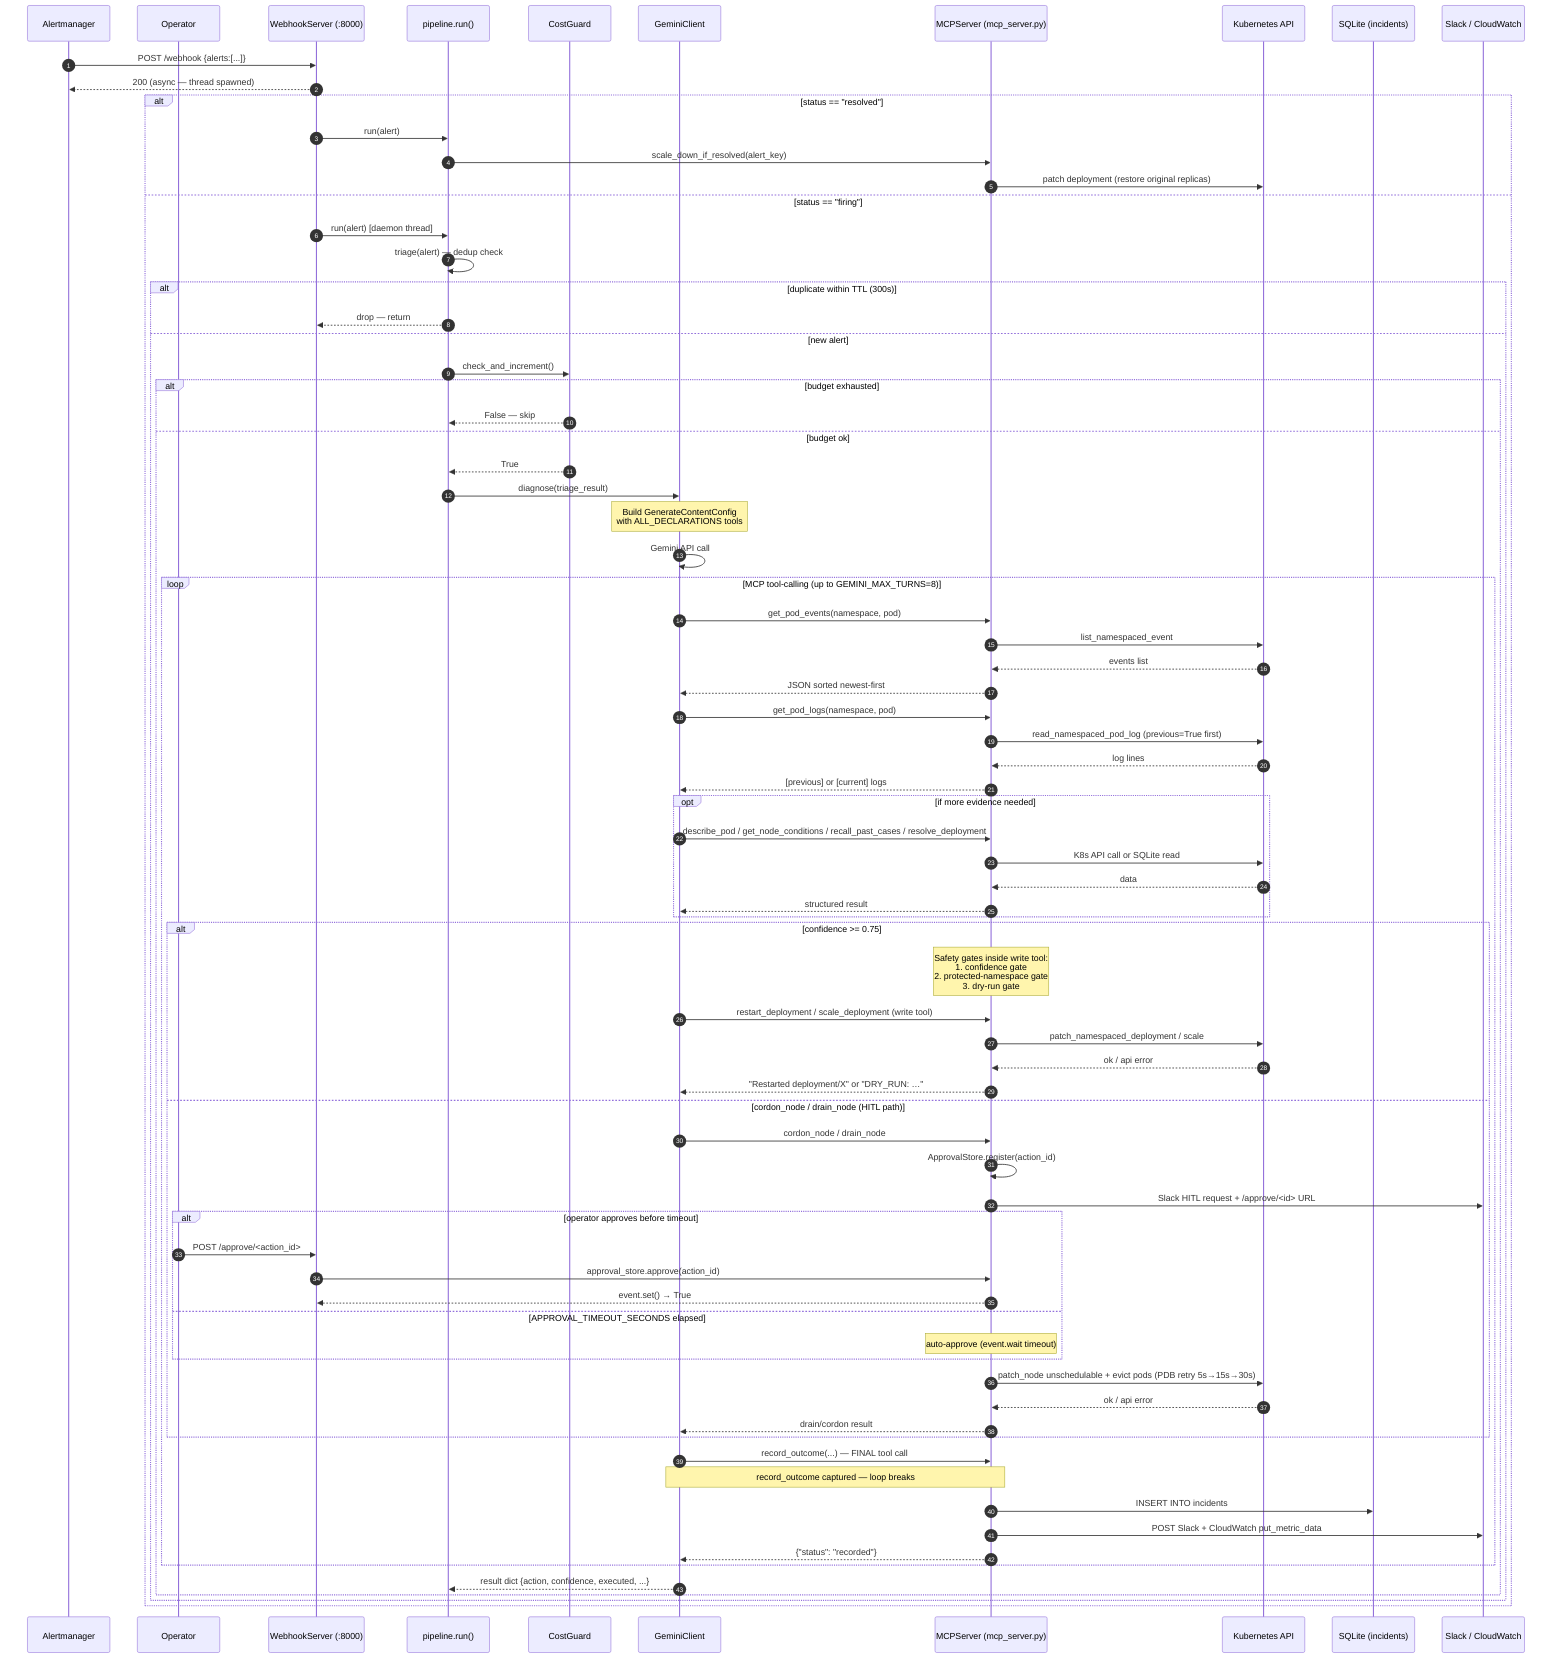
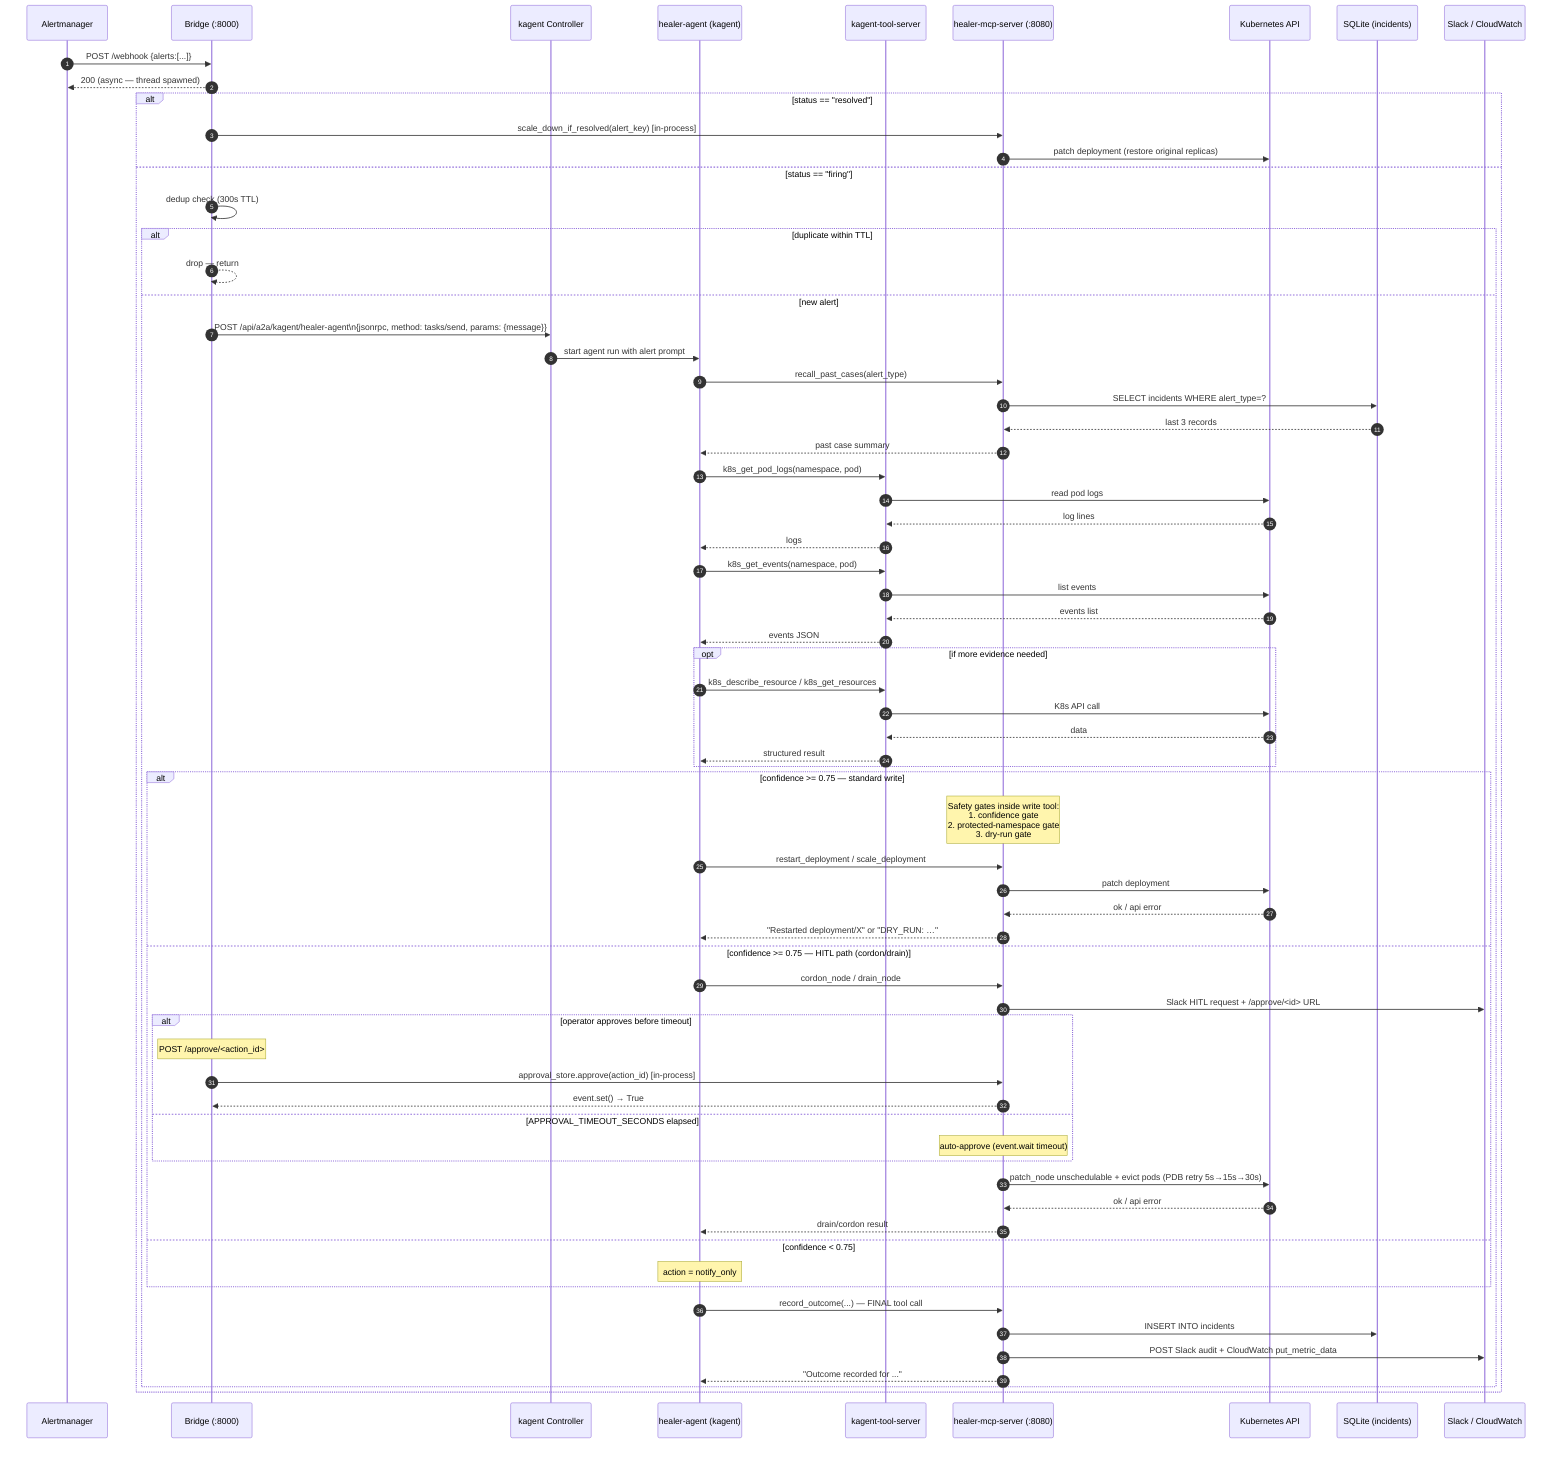
sequenceDiagram
    autonumber
    participant AM as Alertmanager
-     participant OP as Operator
-     participant WH as WebhookServer (:8000)
-     participant PL as pipeline.run()
-     participant CG as CostGuard
-     participant GC as GeminiClient
-     participant MCP as MCPServer (mcp_server.py)
+     participant BR as Bridge (:8000)
+     participant KC as kagent Controller
+     participant AG as healer-agent (kagent)
+     participant KTS as kagent-tool-server
+     participant HMS as healer-mcp-server (:8080)
    participant K as Kubernetes API
    participant DB as SQLite (incidents)
    participant SL as Slack / CloudWatch

-     AM->>WH: POST /webhook {alerts:[...]}
-     WH-->>AM: 200 (async — thread spawned)
+     AM->>BR: POST /webhook {alerts:[...]}
+     BR-->>AM: 200 (async — thread spawned)

    alt status == "resolved"
-         WH->>PL: run(alert)
-         PL->>MCP: scale_down_if_resolved(alert_key)
-         MCP->>K: patch deployment (restore original replicas)
+         BR->>HMS: scale_down_if_resolved(alert_key) [in-process]
+         HMS->>K: patch deployment (restore original replicas)
    else status == "firing"
-         WH->>PL: run(alert) [daemon thread]
-         PL->>PL: triage(alert) — dedup check
-         alt duplicate within TTL (300s)
-             PL-->>WH: drop — return
+         BR->>BR: dedup check (300s TTL)
+         alt duplicate within TTL
+             BR-->>BR: drop — return
        else new alert
-             PL->>CG: check_and_increment()
-             alt budget exhausted
-                 CG-->>PL: False — skip
-             else budget ok
-                 CG-->>PL: True
-                 PL->>GC: diagnose(triage_result)
-                 Note over GC: Build GenerateContentConfig<br/>with ALL_DECLARATIONS tools
-                 GC->>GC: Gemini API call #1
+             BR->>KC: POST /api/a2a/kagent/healer-agent\n{jsonrpc, method: tasks/send, params: {message}}
+             KC->>AG: start agent run with alert prompt

-                 loop MCP tool-calling (up to GEMINI_MAX_TURNS=8)
-                     GC->>MCP: get_pod_events(namespace, pod)
-                     MCP->>K: list_namespaced_event
-                     K-->>MCP: events list
-                     MCP-->>GC: JSON sorted newest-first
+             AG->>HMS: recall_past_cases(alert_type)
+             HMS->>DB: SELECT incidents WHERE alert_type=?
+             DB-->>HMS: last 3 records
+             HMS-->>AG: past case summary

-                     GC->>MCP: get_pod_logs(namespace, pod)
-                     MCP->>K: read_namespaced_pod_log (previous=True first)
-                     K-->>MCP: log lines
-                     MCP-->>GC: [previous] or [current] logs
+             AG->>KTS: k8s_get_pod_logs(namespace, pod)
+             KTS->>K: read pod logs
+             K-->>KTS: log lines
+             KTS-->>AG: logs

-                     opt if more evidence needed
-                         GC->>MCP: describe_pod / get_node_conditions / recall_past_cases / resolve_deployment
-                         MCP->>K: K8s API call or SQLite read
-                         K-->>MCP: data
-                         MCP-->>GC: structured result
-                     end
+             AG->>KTS: k8s_get_events(namespace, pod)
+             KTS->>K: list events
+             K-->>KTS: events list
+             KTS-->>AG: events JSON

-                     alt confidence >= 0.75
-                         Note over MCP: Safety gates inside write tool:<br/>1. confidence gate<br/>2. protected-namespace gate<br/>3. dry-run gate
-                         GC->>MCP: restart_deployment / scale_deployment (write tool)
-                         MCP->>K: patch_namespaced_deployment / scale
-                         K-->>MCP: ok / api error
-                         MCP-->>GC: "Restarted deployment/X" or "DRY_RUN: …"
-                     else cordon_node / drain_node (HITL path)
-                         GC->>MCP: cordon_node / drain_node
-                         MCP->>MCP: ApprovalStore.register(action_id)
-                         MCP->>SL: Slack HITL request + /approve/<id> URL
-                         alt operator approves before timeout
-                             OP->>WH: POST /approve/<action_id>
-                             WH->>MCP: approval_store.approve(action_id)
-                             MCP-->>WH: event.set() → True
-                         else APPROVAL_TIMEOUT_SECONDS elapsed
-                             Note over MCP: auto-approve (event.wait timeout)
-                         end
-                         MCP->>K: patch_node unschedulable + evict pods (PDB retry 5s→15s→30s)
-                         K-->>MCP: ok / api error
-                         MCP-->>GC: drain/cordon result
-                     end
+             opt if more evidence needed
+                 AG->>KTS: k8s_describe_resource / k8s_get_resources
+                 KTS->>K: K8s API call
+                 K-->>KTS: data
+                 KTS-->>AG: structured result
+             end

-                     GC->>MCP: record_outcome(...) — FINAL tool call
-                     Note over GC,MCP: record_outcome captured — loop breaks
-                     MCP->>DB: INSERT INTO incidents
-                     MCP->>SL: POST Slack + CloudWatch put_metric_data
-                     MCP-->>GC: {"status": "recorded"}
+             alt confidence >= 0.75 — standard write
+                 Note over HMS: Safety gates inside write tool:<br/>1. confidence gate<br/>2. protected-namespace gate<br/>3. dry-run gate
+                 AG->>HMS: restart_deployment / scale_deployment
+                 HMS->>K: patch deployment
+                 K-->>HMS: ok / api error
+                 HMS-->>AG: "Restarted deployment/X" or "DRY_RUN: …"
+             else confidence >= 0.75 — HITL path (cordon/drain)
+                 AG->>HMS: cordon_node / drain_node
+                 HMS->>SL: Slack HITL request + /approve/<id> URL
+                 alt operator approves before timeout
+                     note over BR: POST /approve/<action_id>
+                     BR->>HMS: approval_store.approve(action_id) [in-process]
+                     HMS-->>BR: event.set() → True
+                 else APPROVAL_TIMEOUT_SECONDS elapsed
+                     Note over HMS: auto-approve (event.wait timeout)
                end
+                 HMS->>K: patch_node unschedulable + evict pods (PDB retry 5s→15s→30s)
+                 K-->>HMS: ok / api error
+                 HMS-->>AG: drain/cordon result
+             else confidence < 0.75
+                 Note over AG: action = notify_only
+             end

-                 GC-->>PL: result dict {action, confidence, executed, ...}
-             end
+             AG->>HMS: record_outcome(...) — FINAL tool call
+             HMS->>DB: INSERT INTO incidents
+             HMS->>SL: POST Slack audit + CloudWatch put_metric_data
+             HMS-->>AG: "Outcome recorded for ..."
        end
    end
